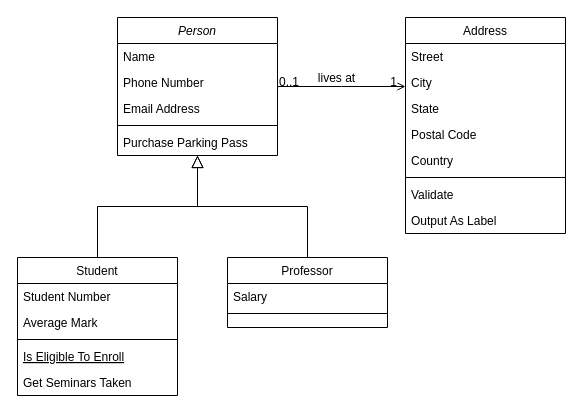
Before: Model.drawio in upkl/odin-rails-advanced-forms-private-events, a draw.io diagram. Source tidied: cells renumbered, new cells numbered last; positions are measured from the earlier drawing's top-left corner, leaving out a move shared by most shapes. Both pictures are drawn from the tidied source at 100%, with x=0, y=0 at pixel (17, 17).
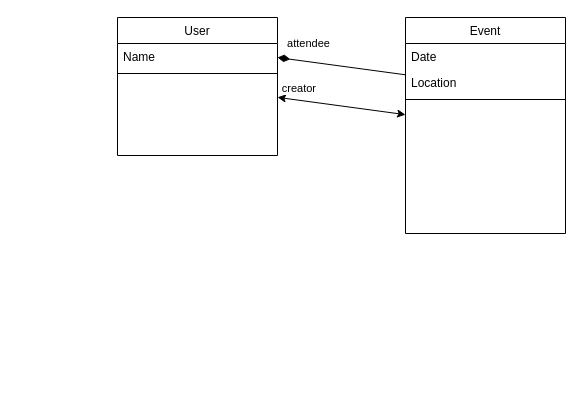
Above is the later version.

Diff of the diagram source:
```diff
@@
-    <mxCell id="2" value="Person" style="swimlane;fontStyle=2;align=center;verticalAlign=top;horizontal=1;startSize=26;rounded=0;shadow=0;strokeWidth=1;" parent="1" vertex="1">
+    <mxCell id="2" value="User" style="swimlane;fontStyle=0;align=center;verticalAlign=top;horizontal=1;startSize=26;rounded=0;shadow=0;strokeWidth=1;" parent="1" vertex="1">
       <mxGeometry x="100" width="160" height="138" as="geometry" />
     </mxCell>
@@
-    <mxCell id="4" value="Phone Number" style="text;align=left;verticalAlign=top;spacingLeft=4;spacingRight=4;overflow=hidden;rounded=0;shadow=0;html=0;" parent="2" vertex="1">
-      <mxGeometry y="52" width="160" height="26" as="geometry" />
-    </mxCell>
-    <mxCell id="5" value="Email Address" style="text;align=left;verticalAlign=top;spacingLeft=4;spacingRight=4;overflow=hidden;rounded=0;shadow=0;html=0;" parent="2" vertex="1">
-      <mxGeometry y="78" width="160" height="26" as="geometry" />
-    </mxCell>
     <mxCell id="6" style="line;html=1;strokeWidth=1;align=left;verticalAlign=middle;spacingTop=-1;spacingLeft=3;spacingRight=3;labelPosition=right;" parent="2" vertex="1">
-      <mxGeometry y="104" width="160" height="8" as="geometry" />
+      <mxGeometry y="52" width="160" height="8" as="geometry" />
     </mxCell>
-    <mxCell id="7" value="Purchase Parking Pass" style="text;align=left;verticalAlign=top;spacingLeft=4;spacingRight=4;overflow=hidden;" parent="2" vertex="1">
-      <mxGeometry y="112" width="160" height="26" as="geometry" />
-    </mxCell>
-    <mxCell id="8" value="Student" style="swimlane;fontStyle=0;align=center;verticalAlign=top;horizontal=1;startSize=26;rounded=0;shadow=0;strokeWidth=1;" parent="1" vertex="1">
-      <mxGeometry y="240" width="160" height="138" as="geometry" />
-    </mxCell>
-    <mxCell id="9" value="Student Number" style="text;align=left;verticalAlign=top;spacingLeft=4;spacingRight=4;overflow=hidden;" parent="8" vertex="1">
-      <mxGeometry y="26" width="160" height="26" as="geometry" />
-    </mxCell>
-    <mxCell id="10" value="Average Mark" style="text;align=left;verticalAlign=top;spacingLeft=4;spacingRight=4;overflow=hidden;rounded=0;shadow=0;html=0;" parent="8" vertex="1">
-      <mxGeometry y="52" width="160" height="26" as="geometry" />
-    </mxCell>
-    <mxCell id="11" style="line;html=1;strokeWidth=1;align=left;verticalAlign=middle;spacingTop=-1;spacingLeft=3;spacingRight=3;labelPosition=right;" parent="8" vertex="1">
-      <mxGeometry y="78" width="160" height="8" as="geometry" />
-    </mxCell>
-    <mxCell id="12" value="Is Eligible To Enroll" style="text;align=left;verticalAlign=top;spacingLeft=4;spacingRight=4;overflow=hidden;fontStyle=4;" parent="8" vertex="1">
-      <mxGeometry y="86" width="160" height="26" as="geometry" />
-    </mxCell>
-    <mxCell id="13" value="Get Seminars Taken" style="text;align=left;verticalAlign=top;spacingLeft=4;spacingRight=4;overflow=hidden;" parent="8" vertex="1">
-      <mxGeometry y="112" width="160" height="26" as="geometry" />
-    </mxCell>
-    <mxCell id="14" style="endArrow=block;endSize=10;endFill=0;shadow=0;strokeWidth=1;rounded=0;edgeStyle=elbowEdgeStyle;elbow=vertical;" parent="1" edge="1" source="8" target="2">
-      <mxGeometry relative="1" as="geometry" />
-    </mxCell>
-    <mxCell id="15" value="Professor" style="swimlane;fontStyle=0;align=center;verticalAlign=top;horizontal=1;startSize=26;rounded=0;shadow=0;strokeWidth=1;" parent="1" vertex="1">
-      <mxGeometry x="210" y="240" width="160" height="70" as="geometry" />
-    </mxCell>
-    <mxCell id="16" value="Salary" style="text;align=left;verticalAlign=top;spacingLeft=4;spacingRight=4;overflow=hidden;" parent="15" vertex="1">
-      <mxGeometry y="26" width="160" height="26" as="geometry" />
-    </mxCell>
-    <mxCell id="17" style="line;html=1;strokeWidth=1;align=left;verticalAlign=middle;spacingTop=-1;spacingLeft=3;spacingRight=3;labelPosition=right;" parent="15" vertex="1">
-      <mxGeometry y="52" width="160" height="8" as="geometry" />
-    </mxCell>
-    <mxCell id="18" style="endArrow=block;endSize=10;endFill=0;shadow=0;strokeWidth=1;rounded=0;edgeStyle=elbowEdgeStyle;elbow=vertical;" parent="1" edge="1" source="15" target="2">
-      <mxGeometry relative="1" as="geometry" />
-    </mxCell>
-    <mxCell id="19" value="Address" style="swimlane;fontStyle=0;align=center;verticalAlign=top;horizontal=1;startSize=26;rounded=0;shadow=0;strokeWidth=1;" parent="1" vertex="1">
+    <mxCell id="19" value="Event" style="swimlane;fontStyle=0;align=center;verticalAlign=top;horizontal=1;startSize=26;rounded=0;shadow=0;strokeWidth=1;" parent="1" vertex="1">
       <mxGeometry x="388" width="160" height="216" as="geometry" />
     </mxCell>
-    <mxCell id="20" value="Street" style="text;align=left;verticalAlign=top;spacingLeft=4;spacingRight=4;overflow=hidden;" parent="19" vertex="1">
+    <mxCell id="20" value="Date" style="text;align=left;verticalAlign=top;spacingLeft=4;spacingRight=4;overflow=hidden;" parent="19" vertex="1">
       <mxGeometry y="26" width="160" height="26" as="geometry" />
     </mxCell>
-    <mxCell id="21" value="City" style="text;align=left;verticalAlign=top;spacingLeft=4;spacingRight=4;overflow=hidden;rounded=0;shadow=0;html=0;" parent="19" vertex="1">
+    <mxCell id="21" value="Location" style="text;align=left;verticalAlign=top;spacingLeft=4;spacingRight=4;overflow=hidden;rounded=0;shadow=0;html=0;" parent="19" vertex="1">
       <mxGeometry y="52" width="160" height="26" as="geometry" />
     </mxCell>
-    <mxCell id="22" value="State" style="text;align=left;verticalAlign=top;spacingLeft=4;spacingRight=4;overflow=hidden;rounded=0;shadow=0;html=0;" parent="19" vertex="1">
-      <mxGeometry y="78" width="160" height="26" as="geometry" />
-    </mxCell>
-    <mxCell id="23" value="Postal Code" style="text;align=left;verticalAlign=top;spacingLeft=4;spacingRight=4;overflow=hidden;rounded=0;shadow=0;html=0;" parent="19" vertex="1">
-      <mxGeometry y="104" width="160" height="26" as="geometry" />
-    </mxCell>
-    <mxCell id="24" value="Country" style="text;align=left;verticalAlign=top;spacingLeft=4;spacingRight=4;overflow=hidden;rounded=0;shadow=0;html=0;" parent="19" vertex="1">
-      <mxGeometry y="130" width="160" height="26" as="geometry" />
-    </mxCell>
     <mxCell id="25" style="line;html=1;strokeWidth=1;align=left;verticalAlign=middle;spacingTop=-1;spacingLeft=3;spacingRight=3;labelPosition=right;" parent="19" vertex="1">
-      <mxGeometry y="156" width="160" height="8" as="geometry" />
+      <mxGeometry y="78" width="160" height="8" as="geometry" />
     </mxCell>
-    <mxCell id="26" value="Validate" style="text;align=left;verticalAlign=top;spacingLeft=4;spacingRight=4;overflow=hidden;" parent="19" vertex="1">
-      <mxGeometry y="164" width="160" height="26" as="geometry" />
-    </mxCell>
-    <mxCell id="27" value="Output As Label" style="text;align=left;verticalAlign=top;spacingLeft=4;spacingRight=4;overflow=hidden;" parent="19" vertex="1">
-      <mxGeometry y="190" width="160" height="26" as="geometry" />
-    </mxCell>
-    <mxCell id="28" style="endArrow=open;shadow=0;strokeWidth=1;rounded=0;endFill=1;edgeStyle=elbowEdgeStyle;elbow=vertical;" parent="1" edge="1" source="2" target="19">
-      <mxGeometry x="0.5" y="41" relative="1" as="geometry">
-        <mxPoint x="-40" y="32" as="offset" />
-      </mxGeometry>
-    </mxCell>
-    <mxCell id="29" value="0..1" style="align=left;verticalAlign=bottom;labelBackgroundColor=none;fontSize=12;" parent="28" vertex="1">
-      <mxGeometry x="-1" relative="1" as="geometry">
-        <mxPoint y="4" as="offset" />
-      </mxGeometry>
-    </mxCell>
-    <mxCell id="30" value="1" style="align=right;verticalAlign=bottom;labelBackgroundColor=none;fontSize=12;" parent="28" vertex="1">
-      <mxGeometry x="1" relative="1" as="geometry">
-        <mxPoint x="-7" y="4" as="offset" />
-      </mxGeometry>
-    </mxCell>
-    <mxCell id="31" value="lives at" style="text;html=1;align=center;verticalAlign=middle;labelBackgroundColor=none;rounded=0;shadow=0;strokeWidth=1;fontSize=12;" parent="28" vertex="1">
-      <mxGeometry x="0.5" y="49" relative="1" as="geometry">
-        <mxPoint x="-38" y="40" as="offset" />
-      </mxGeometry>
-    </mxCell>
+    <mxCell id="32" value="&lt;div&gt;creator&lt;/div&gt;" style="endArrow=classic;startArrow=classic;html=1;rounded=0;verticalAlign=bottom;labelPosition=left;verticalLabelPosition=top;align=right;" parent="1" edge="1" source="19" target="2">
+      <mxGeometry x="0.39" y="-5" relative="1" as="geometry">
+        <mxPoint x="1" as="offset" />
+      </mxGeometry>
+    </mxCell>
+    <mxCell id="33" style="endArrow=none;startArrow=diamondThin;html=1;rounded=0;horizontal=1;strokeWidth=1;endSize=6;targetPerimeterSpacing=0;startFill=1;endFill=0;startSize=10;" parent="1" edge="1">
+      <mxGeometry relative="1" as="geometry">
+        <mxPoint x="260" y="40" as="sourcePoint" />
+        <mxPoint x="388" y="57.3" as="targetPoint" />
+      </mxGeometry>
+    </mxCell>
+    <mxCell id="34" value="attendee" style="edgeLabel;html=1;align=center;verticalAlign=middle;" parent="33" vertex="1">
+      <mxGeometry x="-0.14" y="-1" relative="1" as="geometry">
+        <mxPoint x="-25" y="-23" as="offset" />
+      </mxGeometry>
+    </mxCell>
```
